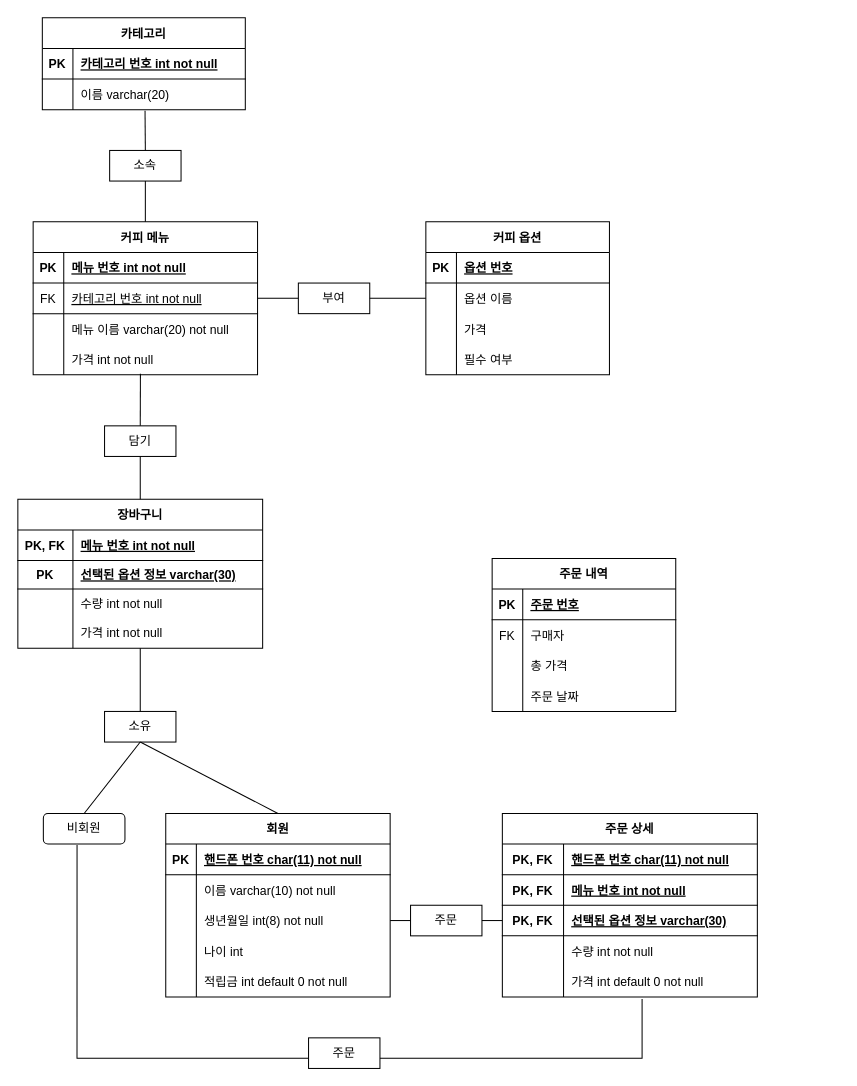
Before: physical_ERD.drawio in jdohun/22-1Database, a draw.io diagram. Source tidied: cells renumbered, new cells numbered last; positions are measured from the earlier drawing's top-left corner, leaving out a move shared by most shapes. Both pictures are drawn from the tidied source at 102%, with x=0, y=0 at pixel (17, 17).
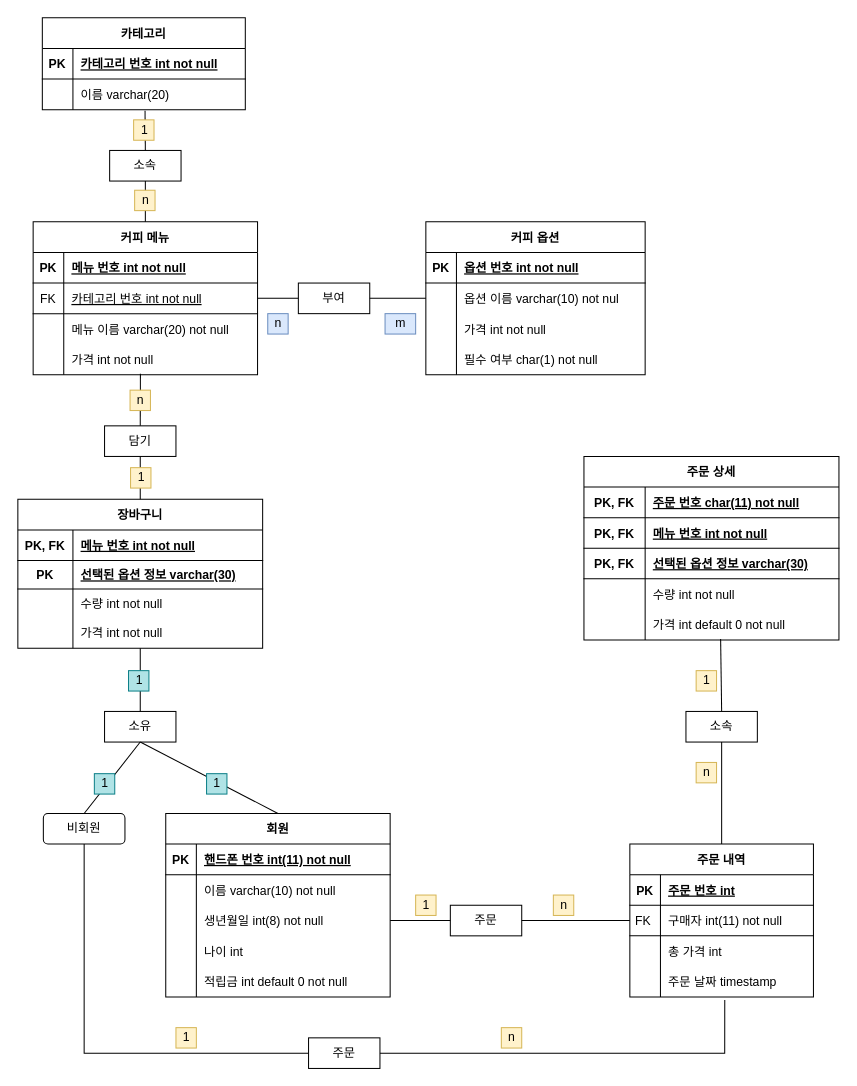
The same page after the edit.

The change refers to these unchanged cells:
```xml
<mxCell id="58" value="비회원" style="rounded=1;whiteSpace=wrap;html=1;" parent="1" vertex="1">
  <mxGeometry x="25" y="780" width="80" height="30" as="geometry" />
</mxCell>
<mxCell id="61" style="shape=tableRow;horizontal=0;startSize=0;swimlaneHead=0;swimlaneBody=0;fillColor=none;top=0;left=0;right=0;bottom=1;" parent="60" vertex="1">
  <mxGeometry y="30" width="220" height="30" as="geometry" />
</mxCell>
<mxCell id="79" style="shape=tableRow;horizontal=0;startSize=0;swimlaneHead=0;swimlaneBody=0;fillColor=none;top=0;left=0;right=0;bottom=1;" parent="78" vertex="1">
  <mxGeometry y="30" width="250" height="30" as="geometry" />
</mxCell>
<mxCell id="85" style="shape=tableRow;horizontal=0;startSize=0;swimlaneHead=0;swimlaneBody=0;fillColor=none;points=[[0,0.5],[1,0.5]];portConstraint=eastwest;top=0;left=0;right=0;bottom=1;" parent="78" vertex="1">
  <mxGeometry y="90" width="250" height="30" as="geometry" />
</mxCell>
<mxCell id="91" style="shape=tableRow;horizontal=0;startSize=0;swimlaneHead=0;swimlaneBody=0;fillColor=none;points=[[0,0.5],[1,0.5]];portConstraint=eastwest;top=0;left=0;right=0;bottom=0;" parent="78" vertex="1">
  <mxGeometry y="150" width="250" height="30" as="geometry" />
</mxCell>
<mxCell id="95" value="주문" style="rounded=0;whiteSpace=wrap;html=1;" parent="1" vertex="1">
  <mxGeometry x="285" y="1000" width="70" height="30" as="geometry" />
</mxCell>
<mxCell id="100" style="shape=tableRow;horizontal=0;startSize=0;swimlaneHead=0;swimlaneBody=0;fillColor=none;top=0;left=0;right=0;bottom=1;" parent="99" vertex="1">
  <mxGeometry y="30" width="180" height="30" as="geometry" />
</mxCell>
<mxCell id="106" style="shape=tableRow;horizontal=0;startSize=0;swimlaneHead=0;swimlaneBody=0;fillColor=none;top=0;left=0;right=0;bottom=0;" parent="99" vertex="1">
  <mxGeometry y="90" width="180" height="30" as="geometry" />
</mxCell>
<mxCell id="109" style="shape=tableRow;horizontal=0;startSize=0;swimlaneHead=0;swimlaneBody=0;fillColor=none;points=[[0,0.5],[1,0.5]];portConstraint=eastwest;top=0;left=0;right=0;bottom=0;" parent="99" vertex="1">
  <mxGeometry y="120" width="180" height="30" as="geometry" />
</mxCell>
```

The edit, as a diff of the source:
```diff
@@
     <mxCell id="22" value="커피 옵션" style="shape=table;startSize=30;childLayout=tableLayout;rowLines=0;fontStyle=1;align=center;" parent="1" vertex="1">
-      <mxGeometry x="400" y="200" width="180" height="150" as="geometry" />
+      <mxGeometry x="400" y="200" width="215" height="150" as="geometry" />
     </mxCell>
     <mxCell id="23" style="shape=tableRow;horizontal=0;startSize=0;swimlaneHead=0;swimlaneBody=0;fillColor=none;top=0;left=0;right=0;bottom=1;" parent="22" vertex="1">
-      <mxGeometry y="30" width="180" height="30" as="geometry" />
+      <mxGeometry y="30" width="215" height="30" as="geometry" />
     </mxCell>
@@
-    <mxCell id="25" value="옵션 번호" style="shape=partialRectangle;fillColor=none;top=0;left=0;bottom=0;right=0;align=left;spacingLeft=6;fontStyle=5;overflow=hidden;" parent="23" vertex="1">
-      <mxGeometry x="30" width="150" height="30" as="geometry" />
+    <mxCell id="25" value="옵션 번호 int not null" style="shape=partialRectangle;fillColor=none;top=0;left=0;bottom=0;right=0;align=left;spacingLeft=6;fontStyle=5;overflow=hidden;" parent="23" vertex="1">
+      <mxGeometry x="30" width="185" height="30" as="geometry" />
     </mxCell>
     <mxCell id="26" style="shape=tableRow;horizontal=0;startSize=0;swimlaneHead=0;swimlaneBody=0;fillColor=none;points=[[0,0.5],[1,0.5]];portConstraint=eastwest;top=0;left=0;right=0;bottom=0;" parent="22" vertex="1">
-      <mxGeometry y="60" width="180" height="30" as="geometry" />
+      <mxGeometry y="60" width="215" height="30" as="geometry" />
     </mxCell>
@@
-    <mxCell id="28" value="옵션 이름" style="shape=partialRectangle;fillColor=none;top=0;left=0;bottom=0;right=0;align=left;spacingLeft=6;overflow=hidden;" parent="26" vertex="1">
-      <mxGeometry x="30" width="150" height="30" as="geometry" />
+    <mxCell id="28" value="옵션 이름 varchar(10) not nul" style="shape=partialRectangle;fillColor=none;top=0;left=0;bottom=0;right=0;align=left;spacingLeft=6;overflow=hidden;" parent="26" vertex="1">
+      <mxGeometry x="30" width="185" height="30" as="geometry" />
     </mxCell>
     <mxCell id="29" style="shape=tableRow;horizontal=0;startSize=0;swimlaneHead=0;swimlaneBody=0;fillColor=none;top=0;left=0;right=0;bottom=0;" parent="22" vertex="1">
-      <mxGeometry y="90" width="180" height="30" as="geometry" />
+      <mxGeometry y="90" width="215" height="30" as="geometry" />
     </mxCell>
@@
-    <mxCell id="31" value="가격" style="shape=partialRectangle;fillColor=none;top=0;left=0;bottom=0;right=0;align=left;spacingLeft=6;overflow=hidden;" parent="29" vertex="1">
-      <mxGeometry x="30" width="150" height="30" as="geometry" />
+    <mxCell id="31" value="가격 int not null" style="shape=partialRectangle;fillColor=none;top=0;left=0;bottom=0;right=0;align=left;spacingLeft=6;overflow=hidden;" parent="29" vertex="1">
+      <mxGeometry x="30" width="185" height="30" as="geometry" />
     </mxCell>
     <mxCell id="32" style="shape=tableRow;horizontal=0;startSize=0;swimlaneHead=0;swimlaneBody=0;fillColor=none;top=0;left=0;right=0;bottom=0;" parent="22" vertex="1">
-      <mxGeometry y="120" width="180" height="30" as="geometry" />
+      <mxGeometry y="120" width="215" height="30" as="geometry" />
     </mxCell>
@@
-    <mxCell id="34" value="필수 여부" style="shape=partialRectangle;fillColor=none;top=0;left=0;bottom=0;right=0;align=left;spacingLeft=6;overflow=hidden;" parent="32" vertex="1">
-      <mxGeometry x="30" width="150" height="30" as="geometry" />
+    <mxCell id="34" value="필수 여부 char(1) not null" style="shape=partialRectangle;fillColor=none;top=0;left=0;bottom=0;right=0;align=left;spacingLeft=6;overflow=hidden;" parent="32" vertex="1">
+      <mxGeometry x="30" width="185" height="30" as="geometry" />
     </mxCell>
@@
-    <mxCell id="63" value="핸드폰 번호 char(11) not null" style="shape=partialRectangle;fillColor=none;top=0;left=0;bottom=0;right=0;align=left;spacingLeft=6;fontStyle=5;overflow=hidden;" parent="61" vertex="1">
+    <mxCell id="63" value="핸드폰 번호 int(11) not null" style="shape=partialRectangle;fillColor=none;top=0;left=0;bottom=0;right=0;align=left;spacingLeft=6;fontStyle=5;overflow=hidden;" parent="61" vertex="1">
       <mxGeometry x="30" width="190" height="30" as="geometry" />
     </mxCell>
@@
     <mxCell id="78" value="주문 상세" style="shape=table;startSize=30;childLayout=tableLayout;rowLines=0;fontStyle=1;align=center;" parent="1" vertex="1">
-      <mxGeometry x="475" y="780" width="250" height="180" as="geometry" />
+      <mxGeometry x="555" y="430" width="250" height="180" as="geometry" />
     </mxCell>
@@
-    <mxCell id="81" value="핸드폰 번호 char(11) not null" style="shape=partialRectangle;fillColor=none;top=0;left=0;bottom=0;right=0;align=left;spacingLeft=6;fontStyle=5;overflow=hidden;" parent="79" vertex="1">
+    <mxCell id="81" value="주문 번호 char(11) not null" style="shape=partialRectangle;fillColor=none;top=0;left=0;bottom=0;right=0;align=left;spacingLeft=6;fontStyle=5;overflow=hidden;" parent="79" vertex="1">
       <mxGeometry x="60" width="190" height="30" as="geometry" />
     </mxCell>
@@
-    <mxCell id="94" style="endArrow=none;html=1;rounded=0;entryX=0.413;entryY=1.033;entryDx=0;entryDy=0;entryPerimeter=0;exitX=0.548;exitY=1.067;exitDx=0;exitDy=0;exitPerimeter=0;" parent="1" edge="1" source="91" target="58">
-      <mxGeometry relative="1" as="geometry">
-        <Array as="points">
-          <mxPoint x="612" y="1020" />
-          <mxPoint x="58" y="1020" />
-        </Array>
-      </mxGeometry>
-    </mxCell>
@@
     <mxCell id="96" value="주문" style="rounded=0;whiteSpace=wrap;html=1;" parent="1" vertex="1">
-      <mxGeometry x="385" y="870" width="70" height="30" as="geometry" />
+      <mxGeometry x="424" y="870" width="70" height="30" as="geometry" />
     </mxCell>
@@
-    <mxCell id="98" style="endArrow=none;html=1;rounded=0;exitX=0;exitY=0.5;exitDx=0;exitDy=0;entryX=1;entryY=0.5;entryDx=0;entryDy=0;" parent="1" edge="1" source="85" target="96">
-      <mxGeometry relative="1" as="geometry" />
-    </mxCell>
     <mxCell id="99" value="주문 내역" style="shape=table;startSize=30;childLayout=tableLayout;rowLines=0;fontStyle=1;align=center;" parent="1" vertex="1">
-      <mxGeometry x="465" y="530" width="180" height="150" as="geometry" />
+      <mxGeometry x="600" y="810" width="180" height="150" as="geometry" />
     </mxCell>
@@
-    <mxCell id="102" value="주문 번호" style="shape=partialRectangle;fillColor=none;top=0;left=0;bottom=0;right=0;align=left;spacingLeft=6;fontStyle=5;overflow=hidden;" parent="100" vertex="1">
+    <mxCell id="102" value="주문 번호 int" style="shape=partialRectangle;fillColor=none;top=0;left=0;bottom=0;right=0;align=left;spacingLeft=6;fontStyle=5;overflow=hidden;" parent="100" vertex="1">
       <mxGeometry x="30" width="150" height="30" as="geometry" />
     </mxCell>
-    <mxCell id="103" style="shape=tableRow;horizontal=0;startSize=0;swimlaneHead=0;swimlaneBody=0;fillColor=none;top=0;left=0;right=0;bottom=0;" parent="99" vertex="1">
-      <mxGeometry y="60" width="180" height="30" as="geometry" />
-    </mxCell>
+    <mxCell id="112" style="shape=tableRow;horizontal=0;startSize=0;swimlaneHead=0;swimlaneBody=0;fillColor=none;points=[[0,0.5],[1,0.5]];portConstraint=eastwest;top=0;left=0;right=0;bottom=1;" parent="99" vertex="1">
+      <mxGeometry y="60" width="180" height="30" as="geometry" />
+    </mxCell>
-    <mxCell id="104" value="FK" style="shape=partialRectangle;fillColor=none;top=0;left=0;bottom=0;right=0;overflow=hidden;" parent="103" vertex="1">
+    <mxCell id="104" value="FK " style="shape=partialRectangle;fillColor=none;top=0;left=0;bottom=0;right=0;fontStyle=0;overflow=hidden;" parent="112" vertex="1">
       <mxGeometry width="30" height="30" as="geometry" />
     </mxCell>
-    <mxCell id="105" value="구매자" style="shape=partialRectangle;fillColor=none;top=0;left=0;bottom=0;right=0;align=left;spacingLeft=6;overflow=hidden;" parent="103" vertex="1">
-      <mxGeometry x="30" width="150" height="30" as="geometry" />
-    </mxCell>
+    <mxCell id="113" value="구매자 int(11) not null" style="shape=partialRectangle;fillColor=none;top=0;left=0;bottom=0;right=0;align=left;spacingLeft=6;fontStyle=0;overflow=hidden;" parent="112" vertex="1">
+      <mxGeometry x="30" width="150" height="30" as="geometry" />
+    </mxCell>
@@
-    <mxCell id="108" value="총 가격" style="shape=partialRectangle;fillColor=none;top=0;left=0;bottom=0;right=0;align=left;spacingLeft=6;overflow=hidden;" parent="106" vertex="1">
+    <mxCell id="108" value="총 가격 int" style="shape=partialRectangle;fillColor=none;top=0;left=0;bottom=0;right=0;align=left;spacingLeft=6;overflow=hidden;" parent="106" vertex="1">
       <mxGeometry x="30" width="150" height="30" as="geometry" />
     </mxCell>
@@
-    <mxCell id="111" value="주문 날짜" style="shape=partialRectangle;fillColor=none;top=0;left=0;bottom=0;right=0;align=left;spacingLeft=6;overflow=hidden;" parent="109" vertex="1">
+    <mxCell id="111" value="주문 날짜 timestamp" style="shape=partialRectangle;fillColor=none;top=0;left=0;bottom=0;right=0;align=left;spacingLeft=6;overflow=hidden;" parent="109" vertex="1">
       <mxGeometry x="30" width="150" height="30" as="geometry" />
     </mxCell>
+    <mxCell id="114" value="소속" style="rounded=0;whiteSpace=wrap;html=1;" parent="1" vertex="1">
+      <mxGeometry x="655" y="680" width="70" height="30" as="geometry" />
+    </mxCell>
+    <mxCell id="115" value="1" style="text;html=1;align=center;verticalAlign=middle;strokeColor=#d6b656;fillColor=#fff2cc;" parent="1" vertex="1">
+      <mxGeometry x="113.5" y="100" width="20" height="20" as="geometry" />
+    </mxCell>
+    <mxCell id="116" value="n" style="text;html=1;align=center;verticalAlign=middle;strokeColor=#d6b656;fillColor=#fff2cc;" parent="1" vertex="1">
+      <mxGeometry x="114.5" y="169" width="20" height="20" as="geometry" />
+    </mxCell>
+    <mxCell id="117" value="n" style="text;html=1;align=center;verticalAlign=middle;strokeColor=#d6b656;fillColor=#fff2cc;" parent="1" vertex="1">
+      <mxGeometry x="110" y="365" width="20" height="20" as="geometry" />
+    </mxCell>
+    <mxCell id="118" value="1" style="text;html=1;align=center;verticalAlign=middle;strokeColor=#d6b656;fillColor=#fff2cc;" parent="1" vertex="1">
+      <mxGeometry x="110.5" y="441" width="20" height="20" as="geometry" />
+    </mxCell>
+    <mxCell id="119" value="n" style="text;html=1;align=center;verticalAlign=middle;strokeColor=#6c8ebf;fillColor=#dae8fc;" parent="1" vertex="1">
+      <mxGeometry x="245" y="290" width="20" height="20" as="geometry" />
+    </mxCell>
+    <mxCell id="120" value="m" style="text;html=1;align=center;verticalAlign=middle;strokeColor=#6c8ebf;fillColor=#dae8fc;" parent="1" vertex="1">
+      <mxGeometry x="360" y="290" width="30" height="20" as="geometry" />
+    </mxCell>
+    <mxCell id="121" value="1" style="text;html=1;align=center;verticalAlign=middle;strokeColor=#0e8088;fillColor=#b0e3e6;" parent="1" vertex="1">
+      <mxGeometry x="108.5" y="640" width="20" height="20" as="geometry" />
+    </mxCell>
+    <mxCell id="122" value="1" style="text;html=1;align=center;verticalAlign=middle;strokeColor=#0e8088;fillColor=#b0e3e6;" parent="1" vertex="1">
+      <mxGeometry x="75" y="741" width="20" height="20" as="geometry" />
+    </mxCell>
+    <mxCell id="123" value="1" style="text;html=1;align=center;verticalAlign=middle;strokeColor=#0e8088;fillColor=#b0e3e6;" parent="1" vertex="1">
+      <mxGeometry x="185" y="741" width="20" height="20" as="geometry" />
+    </mxCell>
+    <mxCell id="124" value="1" style="text;html=1;align=center;verticalAlign=middle;strokeColor=#d6b656;fillColor=#fff2cc;" parent="1" vertex="1">
+      <mxGeometry x="155" y="990" width="20" height="20" as="geometry" />
+    </mxCell>
+    <mxCell id="125" value="1" style="text;html=1;align=center;verticalAlign=middle;strokeColor=#d6b656;fillColor=#fff2cc;" parent="1" vertex="1">
+      <mxGeometry x="390" y="860" width="20" height="20" as="geometry" />
+    </mxCell>
+    <mxCell id="126" value="n" style="text;html=1;align=center;verticalAlign=middle;strokeColor=#d6b656;fillColor=#fff2cc;" parent="1" vertex="1">
+      <mxGeometry x="525" y="860" width="20" height="20" as="geometry" />
+    </mxCell>
+    <mxCell id="127" value="n" style="text;html=1;align=center;verticalAlign=middle;strokeColor=#d6b656;fillColor=#fff2cc;" parent="1" vertex="1">
+      <mxGeometry x="474" y="990" width="20" height="20" as="geometry" />
+    </mxCell>
+    <mxCell id="128" value="1" style="text;html=1;align=center;verticalAlign=middle;strokeColor=#d6b656;fillColor=#fff2cc;" parent="1" vertex="1">
+      <mxGeometry x="665" y="640" width="20" height="20" as="geometry" />
+    </mxCell>
+    <mxCell id="129" value="n" style="text;html=1;align=center;verticalAlign=middle;strokeColor=#d6b656;fillColor=#fff2cc;" parent="1" vertex="1">
+      <mxGeometry x="665" y="730" width="20" height="20" as="geometry" />
+    </mxCell>
+    <mxCell id="130" style="endArrow=none;html=1;rounded=0;exitX=0.5;exitY=1;exitDx=0;exitDy=0;entryX=0;entryY=0.5;entryDx=0;entryDy=0;" parent="1" edge="1" source="58" target="95">
+      <mxGeometry relative="1" as="geometry">
+        <Array as="points">
+          <mxPoint x="65" y="1015" />
+        </Array>
+      </mxGeometry>
+    </mxCell>
+    <mxCell id="131" style="endArrow=none;html=1;rounded=0;exitX=1;exitY=0.5;exitDx=0;exitDy=0;entryX=0.517;entryY=1.1;entryDx=0;entryDy=0;entryPerimeter=0;" parent="1" edge="1" source="95" target="109">
+      <mxGeometry relative="1" as="geometry">
+        <Array as="points">
+          <mxPoint x="693" y="1015" />
+        </Array>
+      </mxGeometry>
+    </mxCell>
+    <mxCell id="132" style="endArrow=none;html=1;rounded=0;exitX=1;exitY=0.5;exitDx=0;exitDy=0;entryX=0;entryY=0.5;entryDx=0;entryDy=0;" parent="1" edge="1" source="96" target="112">
+      <mxGeometry relative="1" as="geometry" />
+    </mxCell>
+    <mxCell id="133" style="endArrow=none;html=1;rounded=0;exitX=0.5;exitY=0;exitDx=0;exitDy=0;entryX=0.5;entryY=1;entryDx=0;entryDy=0;" parent="1" edge="1" source="99" target="114">
+      <mxGeometry relative="1" as="geometry" />
+    </mxCell>
+    <mxCell id="134" style="endArrow=none;html=1;rounded=0;exitX=0.536;exitY=0.967;exitDx=0;exitDy=0;entryX=0.5;entryY=0;entryDx=0;entryDy=0;exitPerimeter=0;" parent="1" edge="1" source="91" target="114">
+      <mxGeometry relative="1" as="geometry" />
+    </mxCell>
```
